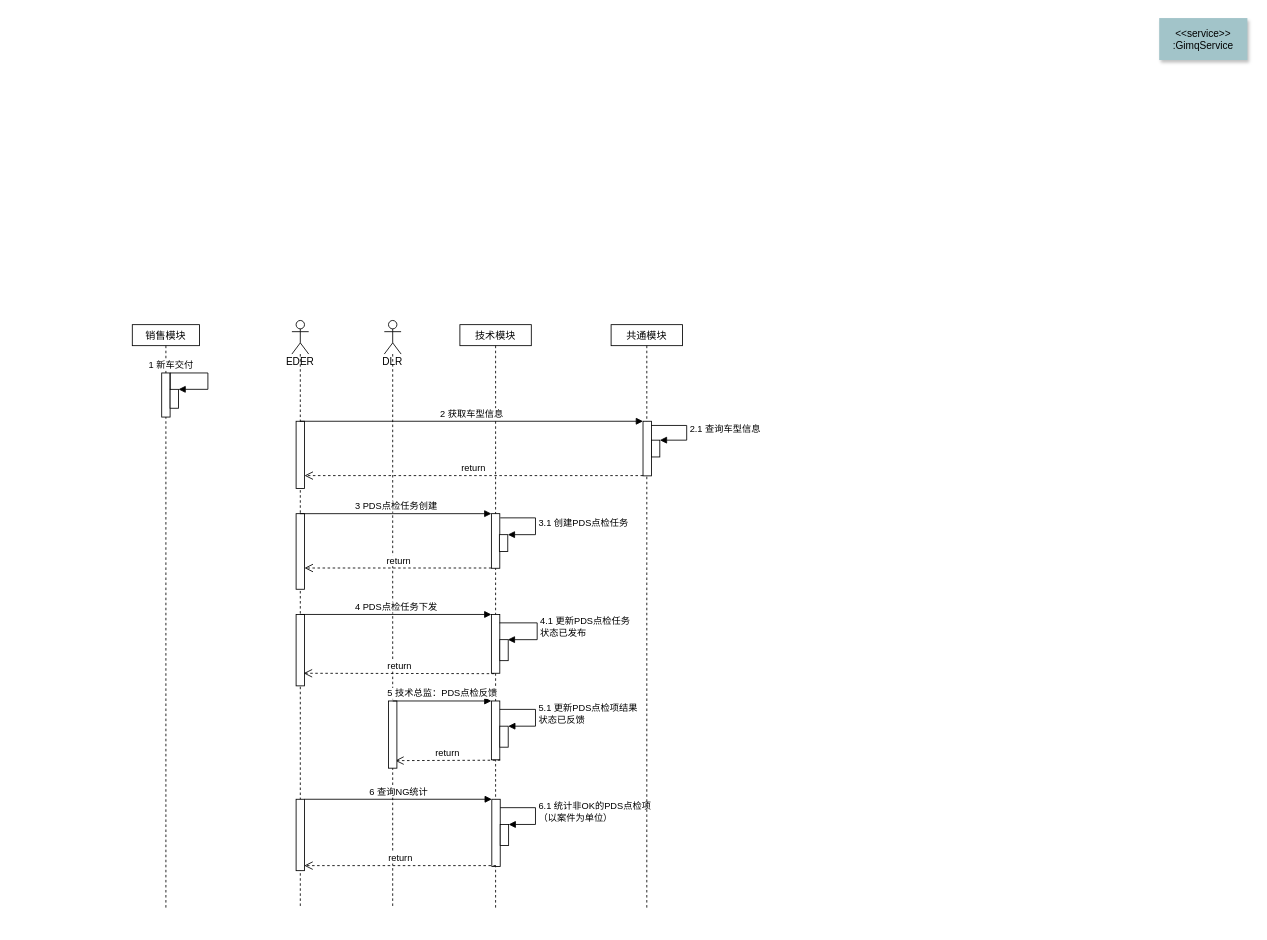
Before: test_uml/未命名绘图.drawio in Fat-Rice/study, a draw.io diagram. Source tidied: cells renumbered, new cells numbered last; positions are measured from the earlier drawing's top-left corner, leaving out a move shared by most shapes. Both pictures are drawn from the tidied source at 84%, with x=0, y=0 at pixel (132, 18).
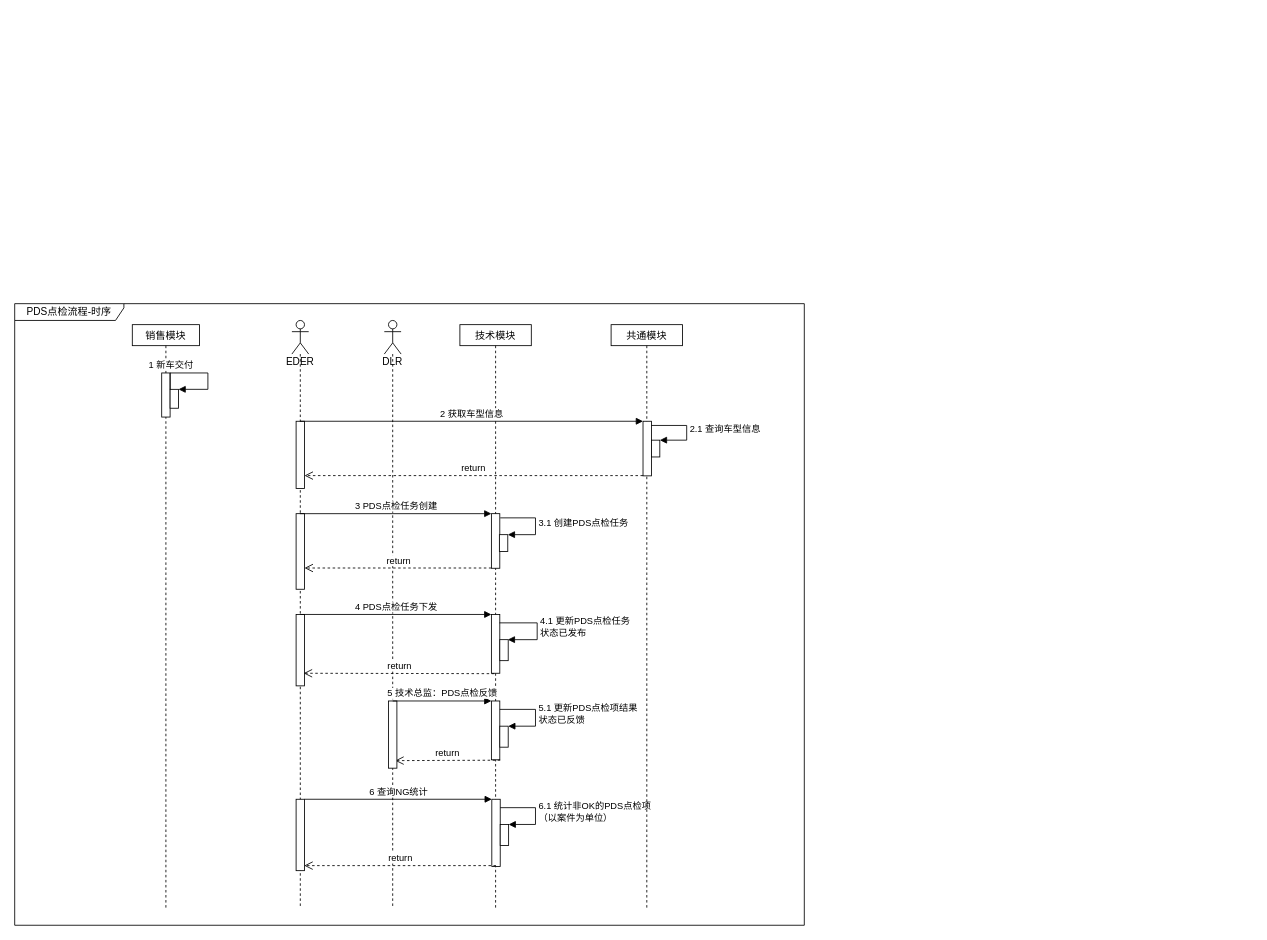
The same diagram, later.

Diff of the diagram source:
```diff
@@
-    <mxCell id="2" value="&lt;&lt;service&gt;&gt;&#10;:GimqService" style="shadow=1;fillColor=#A2C4C9;strokeColor=none;" parent="1" vertex="1">
-      <mxGeometry x="1222.5" width="105" height="50" as="geometry" />
-    </mxCell>
@@
+    <mxCell id="42" value="PDS点检流程-时序" style="shape=umlFrame;whiteSpace=wrap;html=1;width=130;height=20;" parent="1" vertex="1">
+      <mxGeometry x="-140" y="340" width="940" height="740" as="geometry" />
+    </mxCell>
```
